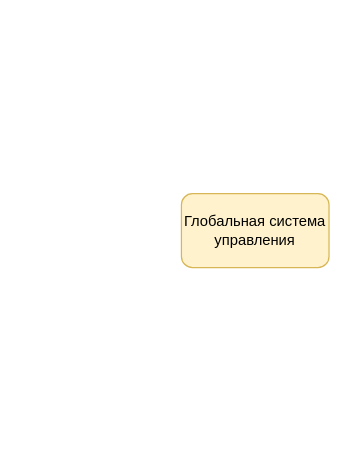
Earlier version of the draw.io diagram General algorithm of operation.drawio (olegogogo/GreenhouseRobotPicker). Source tidied: cells renumbered, new cells numbered last; positions are measured from the earlier drawing's top-left corner, leaving out a move shared by most shapes. Both pictures are drawn from the tidied source at 123%, with x=0, y=0 at pixel (181, 193).
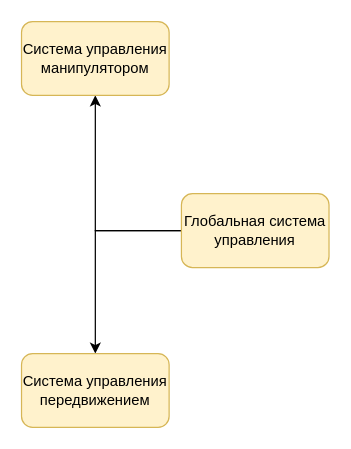
The same page after the edit.

The edit, as a diff of the source:
```diff
@@
 <mxGraphModel>
   <root>
     <mxCell id="0" />
     <mxCell id="1" parent="0" />
+    <mxCell id="3" style="edgeStyle=orthogonalEdgeStyle;rounded=0;jettySize=auto;html=1;" parent="1" edge="1" source="2" target="5">
+      <mxGeometry relative="1" as="geometry" />
+    </mxCell>
+    <mxCell id="4" style="edgeStyle=orthogonalEdgeStyle;rounded=0;jettySize=auto;html=1;" parent="1" edge="1" source="2" target="6">
+      <mxGeometry relative="1" as="geometry" />
+    </mxCell>
     <mxCell id="2" value="Глобальная система управления" style="rounded=1;whiteSpace=wrap;html=1;fillColor=#fff2cc;strokeColor=#d6b656;" parent="1" vertex="1">
       <mxGeometry width="120" height="60" as="geometry" />
     </mxCell>
+    <mxCell id="5" value="Система управления манипулятором" style="whiteSpace=wrap;html=1;fillColor=#fff2cc;strokeColor=#d6b656;rounded=1;" parent="1" vertex="1">
+      <mxGeometry x="-130" y="-140" width="120" height="60" as="geometry" />
+    </mxCell>
+    <mxCell id="6" value="Система управления передвижением" style="whiteSpace=wrap;html=1;fillColor=#fff2cc;strokeColor=#d6b656;rounded=1;" parent="1" vertex="1">
+      <mxGeometry x="-130" y="130" width="120" height="60" as="geometry" />
+    </mxCell>
   </root>
 </mxGraphModel>
```
